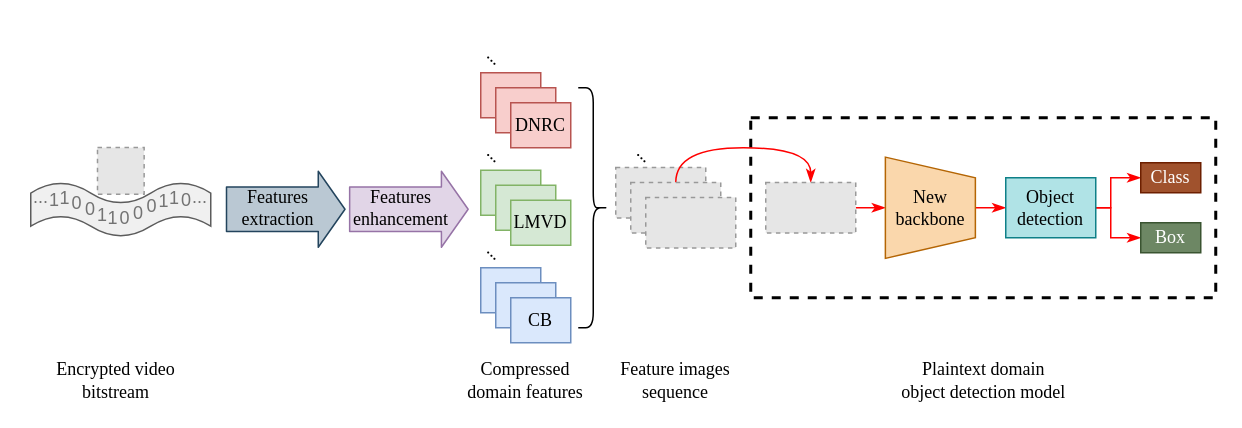
Before: NOLO.drawio in tianxianhao/Text, a draw.io diagram. Source tidied: cells renumbered, new cells numbered last; positions are measured from the earlier drawing's top-left corner, leaving out a move shared by most shapes. Both pictures are drawn from the tidied source at 150%, with x=0, y=0 at pixel (26, 42). Pictures stored in the file or linked from it are replaced by grey dashed boxes.
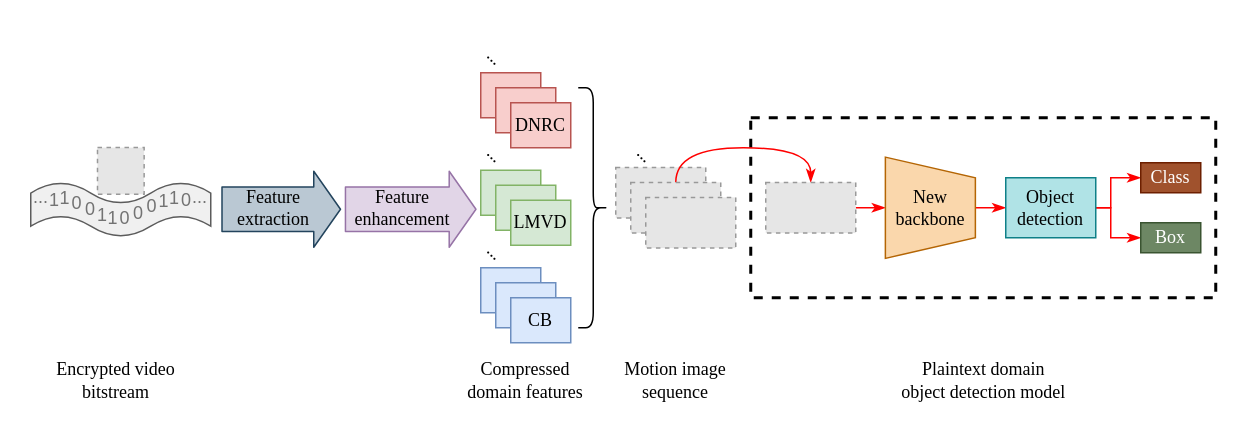
The same page after the edit.

Change to the diagram source:
```diff
@@
     <mxCell id="22" style="group;fontFamily=Times New Roman;labelBackgroundColor=none;" parent="1" vertex="1">
-      <mxGeometry x="130.9" y="100" width="80" height="20" as="geometry" />
+      <mxGeometry x="127.9" y="100" width="80" height="20" as="geometry" />
     </mxCell>
@@
-    <mxCell id="25" value="Features&lt;br&gt;extraction" style="text;html=1;strokeColor=none;fillColor=none;align=center;verticalAlign=middle;whiteSpace=wrap;rounded=0;fontSize=12;fontFamily=Times New Roman;labelBackgroundColor=none;" parent="22" vertex="1">
+    <mxCell id="25" value="Feature&lt;br&gt;extraction" style="text;html=1;strokeColor=none;fillColor=none;align=center;verticalAlign=middle;whiteSpace=wrap;rounded=0;fontSize=12;fontFamily=Times New Roman;labelBackgroundColor=none;" parent="22" vertex="1">
       <mxGeometry x="17" width="40" height="20" as="geometry" />
     </mxCell>
     <mxCell id="26" style="group;labelBackgroundColor=none;" parent="1" vertex="1">
-      <mxGeometry x="213" y="100" width="80" height="20" as="geometry" />
+      <mxGeometry x="210" y="100" width="88" height="20" as="geometry" />
     </mxCell>
     <mxCell id="27" style="shape=flexArrow;endArrow=classic;html=1;strokeColor=#9673a6;fontSize=12;fontColor=#FF8000;width=29.72222222222222;endSize=5.611111111111111;fillColor=#e1d5e7;labelBackgroundColor=none;" parent="26" edge="1">
       <mxGeometry relative="1" as="geometry">
-        <mxPoint x="2.1" y="11" as="sourcePoint" />
-        <mxPoint x="82.1" y="11" as="targetPoint" />
+        <mxPoint x="2.3" y="11" as="sourcePoint" />
+        <mxPoint x="90.3" y="11" as="targetPoint" />
       </mxGeometry>
     </mxCell>
@@
-    <mxCell id="29" value="Features enhancement" style="text;html=1;strokeColor=none;fillColor=none;align=center;verticalAlign=middle;whiteSpace=wrap;rounded=0;fontSize=12;fontFamily=Times New Roman;labelBackgroundColor=none;" parent="26" vertex="1">
-      <mxGeometry x="17" width="40" height="20" as="geometry" />
+    <mxCell id="29" value="Feature enhancement" style="text;html=1;strokeColor=none;fillColor=none;align=center;verticalAlign=middle;whiteSpace=wrap;rounded=0;fontSize=12;fontFamily=Times New Roman;labelBackgroundColor=none;" parent="26" vertex="1">
+      <mxGeometry x="18.7" width="44" height="20" as="geometry" />
     </mxCell>
@@
-    <mxCell id="45" value="Feature images sequence" style="text;html=1;strokeColor=none;fillColor=none;align=center;verticalAlign=middle;whiteSpace=wrap;rounded=0;fontSize=12;fontFamily=Times New Roman;" parent="1" vertex="1">
+    <mxCell id="45" value="Motion image sequence" style="text;html=1;strokeColor=none;fillColor=none;align=center;verticalAlign=middle;whiteSpace=wrap;rounded=0;fontSize=12;fontFamily=Times New Roman;" parent="1" vertex="1">
       <mxGeometry x="393" y="215" width="80" height="20" as="geometry" />
     </mxCell>
```
